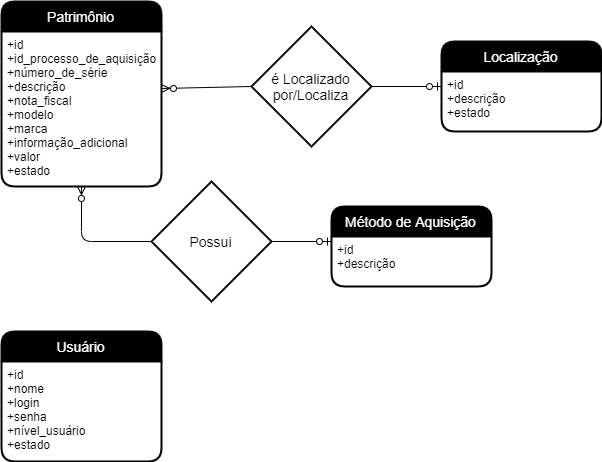
Before: Diagramas/DER.png, a diagram exported from draw.io (gabrielfelicidade/patrimonio-docs). Source tidied: cells renumbered, new cells last; positions are measured from the earlier drawing's top-left corner, leaving out a move shared by most shapes.
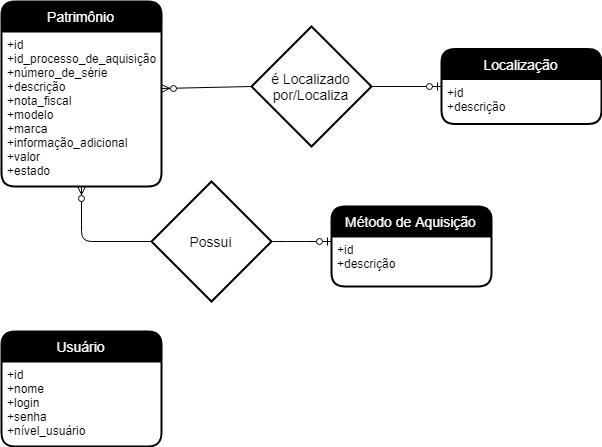
After the commit.

Commit message:
300419 - Atualizado Diagramas

The edit, as a diff of the source:
```diff
@@ -9,10 +9,10 @@
       <mxGeometry y="30" width="160" height="155" as="geometry" />
     </mxCell>
     <mxCell id="4" value="Localização" style="swimlane;horizontal=1;startSize=30;fillColor=#000000;fontColor=#FFFFFF;rounded=1;fontSize=14;fontStyle=0;strokeWidth=2;shadow=0;dashed=0;align=center;" parent="1" vertex="1">
-      <mxGeometry x="440" y="40" width="160" height="90" as="geometry" />
+      <mxGeometry x="440" y="47.5" width="160" height="75" as="geometry" />
     </mxCell>
-    <mxCell id="5" value="+id&#10;+descrição&#10;+estado&#10;" style="align=left;strokeColor=none;fillColor=none;spacingLeft=4;fontSize=12;verticalAlign=top;" parent="4" vertex="1">
-      <mxGeometry y="30" width="160" height="60" as="geometry" />
+    <mxCell id="5" value="+id&#10;+descrição&#10;" style="align=left;strokeColor=none;fillColor=none;spacingLeft=4;fontSize=12;verticalAlign=top;" parent="4" vertex="1">
+      <mxGeometry y="30" width="160" height="45" as="geometry" />
     </mxCell>
     <mxCell id="6" value="Método de Aquisição" style="swimlane;horizontal=1;startSize=30;fillColor=#000000;fontColor=#FFFFFF;rounded=1;fontSize=14;fontStyle=0;strokeWidth=2;shadow=0;dashed=0;align=center;" parent="1" vertex="1">
       <mxGeometry x="330" y="205" width="160" height="80" as="geometry" />
@@ -21,10 +21,10 @@
       <mxGeometry y="30" width="160" height="50" as="geometry" />
     </mxCell>
     <mxCell id="8" value="Usuário" style="swimlane;horizontal=1;startSize=30;fillColor=#000000;fontColor=#FFFFFF;rounded=1;fontSize=14;fontStyle=0;strokeWidth=2;shadow=0;dashed=0;align=center;" parent="1" vertex="1">
-      <mxGeometry y="330" width="160" height="130" as="geometry" />
+      <mxGeometry y="330" width="160" height="115" as="geometry" />
     </mxCell>
-    <mxCell id="9" value="+id&#10;+nome&#10;+login&#10;+senha&#10;+nível_usuário&#10;+estado&#10;" style="align=left;strokeColor=none;fillColor=none;spacingLeft=4;fontSize=12;verticalAlign=top;" parent="8" vertex="1">
-      <mxGeometry y="30" width="160" height="100" as="geometry" />
+    <mxCell id="9" value="+id&#10;+nome&#10;+login&#10;+senha&#10;+nível_usuário&#10;" style="align=left;strokeColor=none;fillColor=none;spacingLeft=4;fontSize=12;verticalAlign=top;" parent="8" vertex="1">
+      <mxGeometry y="30" width="160" height="85" as="geometry" />
     </mxCell>
     <mxCell id="10" value="é Localizado por/Localiza" style="shape=rhombus;strokeWidth=2;fontSize=17;perimeter=rhombusPerimeter;whiteSpace=wrap;html=1;align=center;fontSize=14;fillColor=none;" parent="1" vertex="1">
       <mxGeometry x="250" y="25" width="120" height="120" as="geometry" />
```
